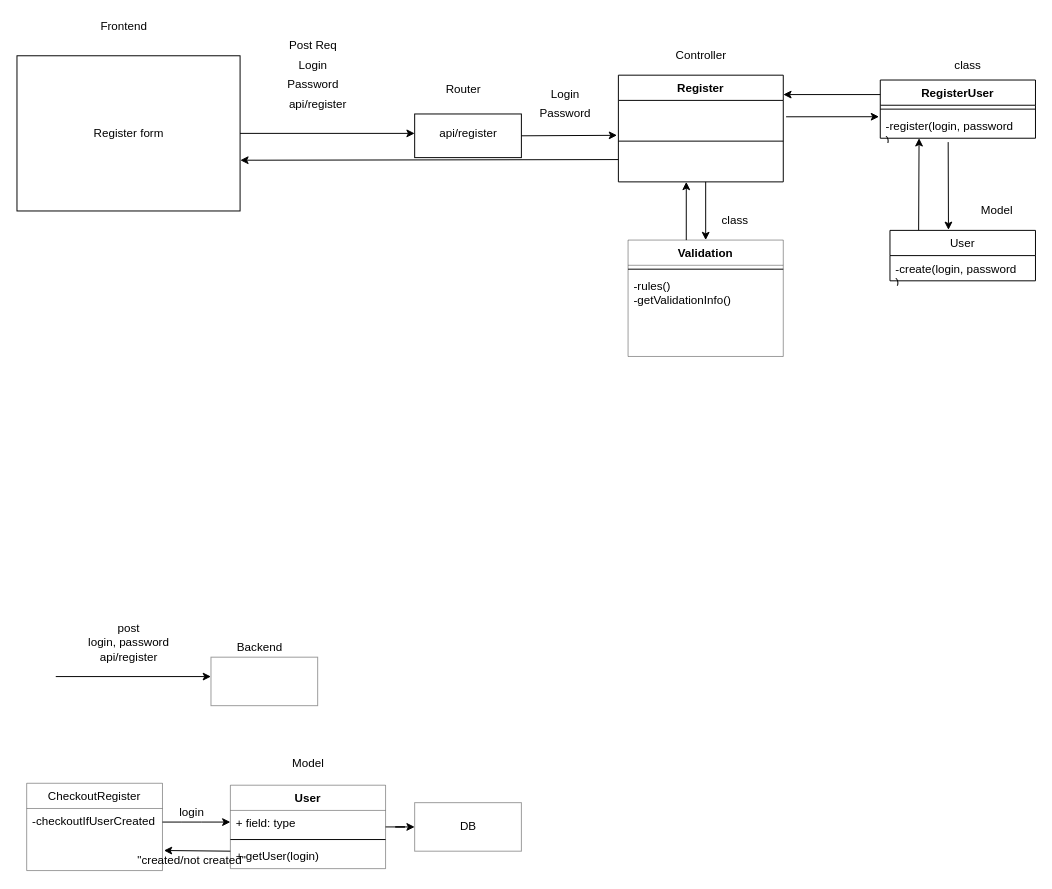
Above: register.drawio in ShaklinDmitry/zatesti (draw.io), before the change. Source tidied: cells renumbered, new cells numbered last; positions are measured from the earlier drawing's top-left corner, leaving out a move shared by most shapes. Both pictures are drawn from the tidied source at 97%, with x=0, y=0 at pixel (16, 16).
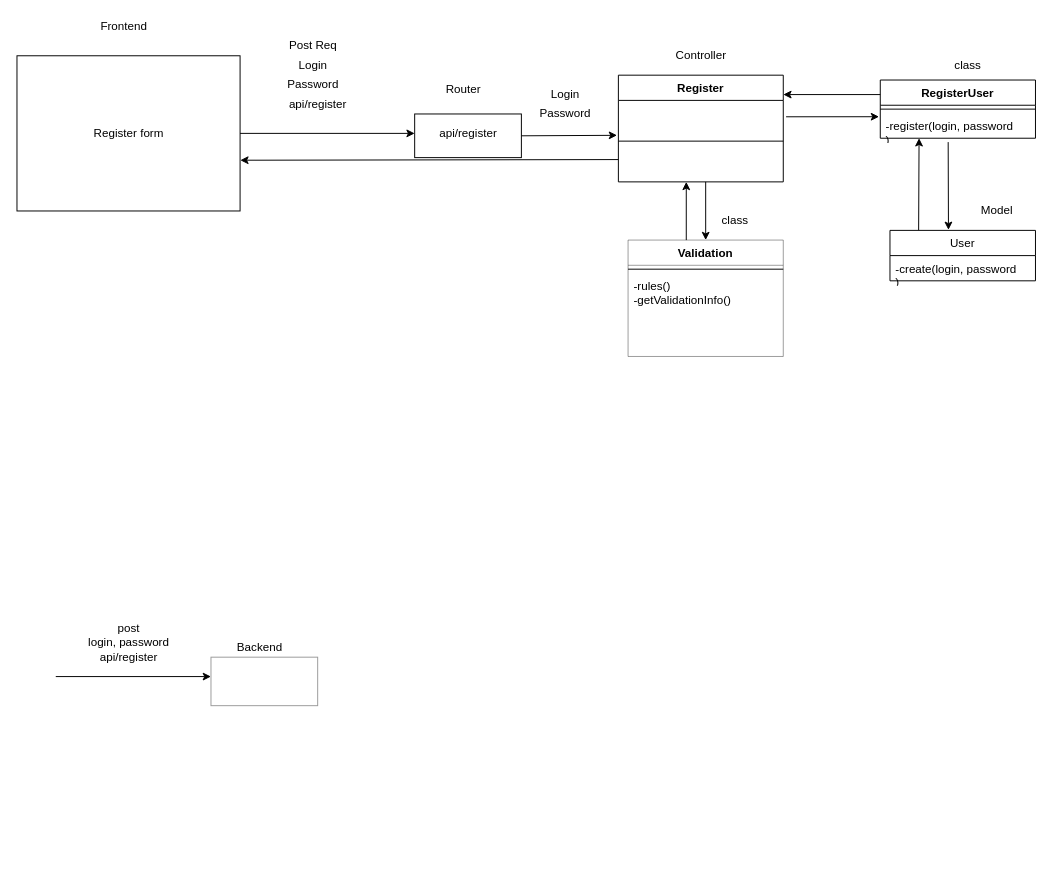
Above is the later version.

What changed in the source:
```diff
@@
-    <mxCell id="40" value="DB" style="html=1;opacity=40;" parent="1" vertex="1">
-      <mxGeometry x="410" y="810" width="110" height="50" as="geometry" />
-    </mxCell>
-    <mxCell id="41" style="edgeStyle=orthogonalEdgeStyle;rounded=0;jettySize=auto;html=1;" parent="1" edge="1" source="42" target="40">
-      <mxGeometry relative="1" as="geometry" />
-    </mxCell>
-    <mxCell id="42" value="User" style="swimlane;fontStyle=1;align=center;verticalAlign=top;horizontal=1;startSize=26;opacity=40;" parent="1" vertex="1">
-      <mxGeometry x="220" y="792" width="160" height="86" as="geometry" />
-    </mxCell>
-    <mxCell id="43" style="endArrow=classic;html=1;entryX=1.011;entryY=0.664;entryDx=0;entryDy=0;entryPerimeter=0;" parent="42" edge="1">
-      <mxGeometry relative="1" as="geometry">
-        <mxPoint y="68" as="sourcePoint" />
-        <mxPoint x="-68.5" y="67.3" as="targetPoint" />
-      </mxGeometry>
-    </mxCell>
-    <mxCell id="44" value="+ field: type" style="text;strokeColor=none;fillColor=none;align=left;verticalAlign=top;spacingLeft=4;spacingRight=4;overflow=hidden;" parent="42" vertex="1">
-      <mxGeometry y="26" width="160" height="26" as="geometry" />
-    </mxCell>
-    <mxCell id="45" style="line;strokeWidth=1;fillColor=none;align=left;verticalAlign=middle;spacingTop=-1;spacingLeft=3;spacingRight=3;labelPosition=right;" parent="42" vertex="1">
-      <mxGeometry y="52" width="160" height="8" as="geometry" />
-    </mxCell>
-    <mxCell id="46" value="+ getUser(login)" style="text;strokeColor=none;fillColor=none;align=left;verticalAlign=top;spacingLeft=4;spacingRight=4;overflow=hidden;" parent="42" vertex="1">
-      <mxGeometry y="60" width="160" height="26" as="geometry" />
-    </mxCell>
-    <mxCell id="47" value="Model" style="text;html=1;align=center;verticalAlign=middle;" parent="1" vertex="1">
-      <mxGeometry x="275" y="760" width="50" height="20" as="geometry" />
-    </mxCell>
-    <mxCell id="48" style="endArrow=classic;html=1;" parent="1" edge="1">
-      <mxGeometry relative="1" as="geometry">
-        <mxPoint x="150" y="830" as="sourcePoint" />
-        <mxPoint x="220" y="830" as="targetPoint" />
-        <Array as="points">
-          <mxPoint x="180" y="830" />
-        </Array>
-      </mxGeometry>
-    </mxCell>
-    <mxCell id="49" value="login" style="text;html=1;align=center;verticalAlign=middle;" parent="1" vertex="1">
-      <mxGeometry x="160" y="810" width="40" height="20" as="geometry" />
-    </mxCell>
-    <mxCell id="50" value="CheckoutRegister" style="swimlane;fontStyle=0;horizontal=1;startSize=26;fillColor=none;opacity=40;" parent="1" vertex="1">
-      <mxGeometry x="10" y="790" width="140" height="90" as="geometry" />
-    </mxCell>
-    <mxCell id="51" value="-checkoutIfUserCreated" style="text;strokeColor=none;fillColor=none;align=left;verticalAlign=top;spacingLeft=4;spacingRight=4;overflow=hidden;" parent="50" vertex="1">
-      <mxGeometry y="26" width="140" height="64" as="geometry" />
-    </mxCell>
-    <mxCell id="52" value="&quot;created/not created&quot;" style="text;html=1;align=center;verticalAlign=middle;" parent="1" vertex="1">
-      <mxGeometry x="115" y="860" width="130" height="20" as="geometry" />
-    </mxCell>
```
